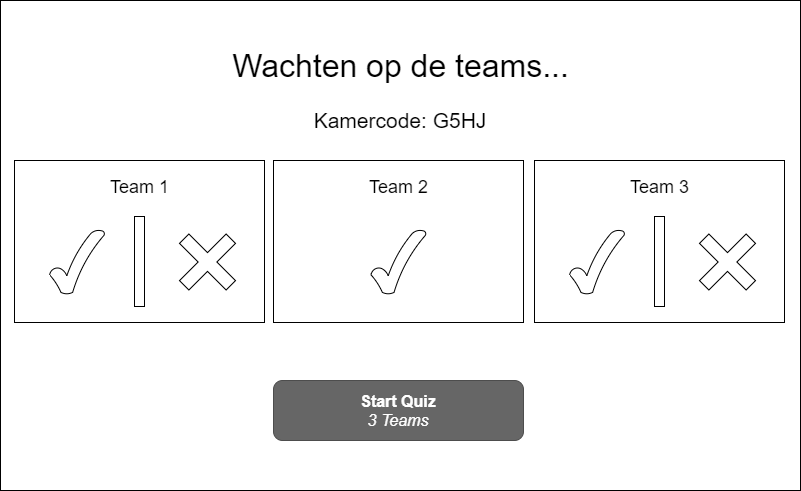
The draw.io diagram Software Guidebook/wireframes/wireframes-Master (applications).png in Patrickroelofs/HANICA-DWA-Quizzer, before a commit. Source tidied: cells renumbered, new cells last; positions are measured from the earlier drawing's top-left corner, leaving out a move shared by most shapes.
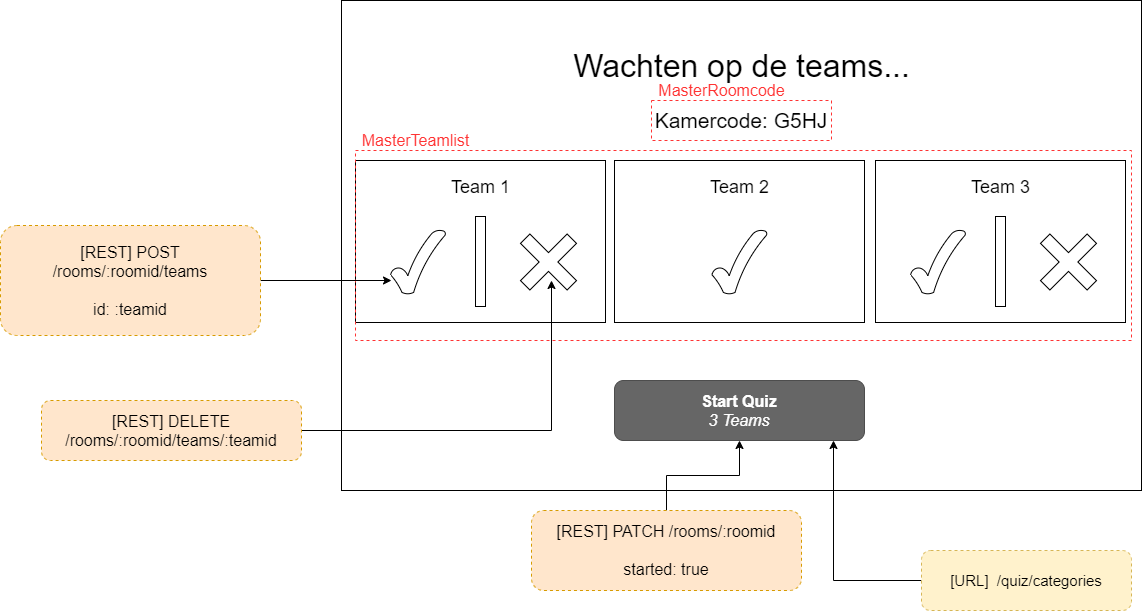
The same diagram one commit later.

Change to the diagram source:
```diff
@@ -9,7 +9,7 @@
       <mxGeometry x="225" y="50" width="350" height="30" as="geometry" />
     </mxCell>
     <mxCell id="4" style="group;" parent="1" vertex="1">
-      <mxGeometry x="14" y="160" width="250" height="162" as="geometry" />
+      <mxGeometry x="14" y="160" width="280" height="180" as="geometry" />
     </mxCell>
     <mxCell id="5" style="rounded=0;whiteSpace=wrap;html=1;strokeColor=#000000;fontSize=18;" parent="4" vertex="1">
       <mxGeometry width="250" height="162" as="geometry" />
@@ -62,5 +62,45 @@
     <mxCell id="21" value="Kamercode: G5HJ" style="text;html=1;strokeColor=none;fillColor=none;align=center;verticalAlign=middle;whiteSpace=wrap;rounded=0;fontSize=21;" parent="1" vertex="1">
       <mxGeometry x="295" y="110" width="210" height="20" as="geometry" />
     </mxCell>
+    <mxCell id="22" value="MasterTeamlist" style="text;html=1;align=center;verticalAlign=middle;fillColor=none;strokeColor=none;rounded=0;dashed=1;labelBackgroundColor=none;fontSize=16;fontColor=#FF3333;" parent="1" vertex="1">
+      <mxGeometry x="14" y="130" width="120" height="20" as="geometry" />
+    </mxCell>
+    <mxCell id="23" style="rounded=0;whiteSpace=wrap;html=1;dashed=1;labelBackgroundColor=none;strokeColor=#FF3333;fillColor=none;fontSize=16;fontColor=#FF3333;" parent="1" vertex="1">
+      <mxGeometry x="14" y="150" width="776" height="190" as="geometry" />
+    </mxCell>
+    <mxCell id="24" style="edgeStyle=orthogonalEdgeStyle;rounded=0;jettySize=auto;html=1;fontSize=16;fontColor=#FF3333;" parent="1" edge="1" source="25">
+      <mxGeometry relative="1" as="geometry">
+        <mxPoint x="50" y="280" as="targetPoint" />
+      </mxGeometry>
+    </mxCell>
+    <mxCell id="25" value="[REST] POST /rooms/:roomid/teams&lt;br&gt;&lt;br&gt;id: :teamid" style="rounded=1;whiteSpace=wrap;html=1;dashed=1;labelBackgroundColor=none;strokeColor=#d79b00;fillColor=#ffe6cc;fontSize=16;align=center;perimeterSpacing=0;" parent="1" vertex="1">
+      <mxGeometry x="-341" y="225" width="260" height="110" as="geometry" />
+    </mxCell>
+    <mxCell id="26" style="edgeStyle=orthogonalEdgeStyle;rounded=0;jettySize=auto;html=1;fontSize=16;fontColor=#FF3333;" parent="1" edge="1" source="27">
+      <mxGeometry relative="1" as="geometry">
+        <mxPoint x="210" y="280" as="targetPoint" />
+      </mxGeometry>
+    </mxCell>
+    <mxCell id="27" value="[REST] DELETE /rooms/:roomid/teams/:teamid" style="rounded=1;whiteSpace=wrap;html=1;dashed=1;labelBackgroundColor=none;strokeColor=#d79b00;fillColor=#ffe6cc;fontSize=16;" parent="1" vertex="1">
+      <mxGeometry x="-300" y="400" width="260" height="60" as="geometry" />
+    </mxCell>
+    <mxCell id="28" style="edgeStyle=orthogonalEdgeStyle;rounded=0;jettySize=auto;html=1;entryX=0.5;entryY=1;entryDx=0;entryDy=0;fontSize=16;fontColor=#FF3333;" parent="1" edge="1" source="29" target="20">
+      <mxGeometry relative="1" as="geometry" />
+    </mxCell>
+    <mxCell id="29" value="[REST] PATCH /rooms/:roomid&lt;br&gt;&lt;br&gt;started: true" style="rounded=1;whiteSpace=wrap;html=1;dashed=1;labelBackgroundColor=none;strokeColor=#d79b00;fillColor=#ffe6cc;fontSize=16;align=center;" parent="1" vertex="1">
+      <mxGeometry x="190" y="510" width="270" height="80" as="geometry" />
+    </mxCell>
+    <mxCell id="30" style="edgeStyle=orthogonalEdgeStyle;rounded=0;jettySize=auto;html=1;entryX=0.876;entryY=1;entryDx=0;entryDy=0;entryPerimeter=0;fontSize=16;fontColor=#FF3333;" parent="1" edge="1" source="31" target="20">
+      <mxGeometry relative="1" as="geometry" />
+    </mxCell>
+    <mxCell id="31" value="&lt;span style=&quot;font-size: 15px&quot;&gt;[URL]&amp;nbsp; /quiz/categories&lt;/span&gt;" style="rounded=1;whiteSpace=wrap;html=1;dashed=1;labelBackgroundColor=none;strokeColor=#d6b656;fillColor=#fff2cc;fontSize=16;align=center;" parent="1" vertex="1">
+      <mxGeometry x="580" y="550" width="210" height="60" as="geometry" />
+    </mxCell>
+    <mxCell id="32" style="rounded=0;whiteSpace=wrap;html=1;dashed=1;labelBackgroundColor=none;strokeColor=#FF3333;fillColor=none;fontSize=16;fontColor=#FF3333;align=center;" parent="1" vertex="1">
+      <mxGeometry x="310" y="100" width="180" height="40" as="geometry" />
+    </mxCell>
+    <mxCell id="33" value="MasterRoomcode" style="text;html=1;align=center;verticalAlign=middle;fillColor=none;strokeColor=none;rounded=0;dashed=1;labelBackgroundColor=none;fontSize=16;fontColor=#FF3333;" parent="1" vertex="1">
+      <mxGeometry x="310" y="80" width="140" height="20" as="geometry" />
+    </mxCell>
   </root>
 </mxGraphModel>
```
